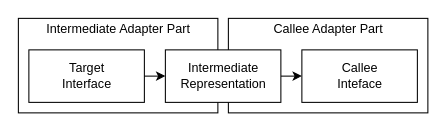
This is drawio/adapter_parts.drawio from timfel/papers, a draw.io file, before an edit. Source tidied: cells renumbered, new cells numbered last; positions are measured from the earlier drawing's top-left corner, leaving out a move shared by most shapes. Both pictures are drawn from the tidied source at 105%, with x=0, y=0 at pixel (18, 18).
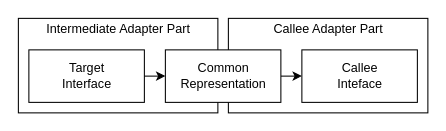
The same diagram, later.

Commit message (it also covers changes not shown here):
Edit adapter diagram (intermediate -> common)

The edit, as a diff of the source:
```diff
@@
 <mxGraphModel background="#ffffff">
   <root>
     <mxCell id="0" />
     <mxCell id="1" parent="0" />
     <mxCell id="2" style="rounded=0;whiteSpace=wrap;html=1;fillColor=none;" parent="1" vertex="1">
       <mxGeometry x="200" width="190" height="90" as="geometry" />
     </mxCell>
     <mxCell id="3" style="rounded=0;whiteSpace=wrap;html=1;fillColor=none;" parent="1" vertex="1">
       <mxGeometry width="190" height="90" as="geometry" />
     </mxCell>
     <mxCell id="4" value="&lt;font style=&quot;font-size: 12px&quot;&gt;Intermediate Adapter Part&lt;/font&gt;" style="text;html=1;align=center;verticalAlign=middle;" parent="1" vertex="1">
       <mxGeometry x="20" width="150" height="20" as="geometry" />
     </mxCell>
     <mxCell id="5" value="&lt;div&gt;Target&lt;/div&gt;&lt;div&gt;Interface&lt;br&gt;&lt;/div&gt;" style="html=1;" parent="1" vertex="1">
       <mxGeometry x="10" y="30" width="110" height="50" as="geometry" />
     </mxCell>
     <mxCell id="6" style="edgeStyle=orthogonalEdgeStyle;rounded=0;jettySize=auto;html=1;exitX=0;exitY=0.5;exitDx=0;exitDy=0;entryX=1;entryY=0.5;entryDx=0;entryDy=0;startArrow=classic;startFill=1;endArrow=none;endFill=0;" parent="1" edge="1" source="9" target="5">
       <mxGeometry relative="1" as="geometry" />
     </mxCell>
     <mxCell id="7" style="edgeStyle=orthogonalEdgeStyle;rounded=0;jettySize=auto;html=1;exitX=1;exitY=0.5;exitDx=0;exitDy=0;entryX=0;entryY=0.5;entryDx=0;entryDy=0;" parent="1" edge="1" source="9" target="8">
       <mxGeometry relative="1" as="geometry" />
     </mxCell>
     <mxCell id="8" value="&lt;div&gt;Callee&lt;/div&gt;&lt;div&gt;Inteface&lt;br&gt;&lt;/div&gt;" style="html=1;" parent="1" vertex="1">
       <mxGeometry x="270" y="30" width="110" height="50" as="geometry" />
     </mxCell>
-    <mxCell id="9" value="&lt;div&gt;Intermediate&lt;/div&gt;&lt;div&gt;Representation&lt;br&gt;&lt;/div&gt;" style="html=1;" parent="1" vertex="1">
+    <mxCell id="9" value="&lt;div&gt;Common&lt;br&gt;&lt;/div&gt;&lt;div&gt;Representation&lt;br&gt;&lt;/div&gt;" style="html=1;" parent="1" vertex="1">
       <mxGeometry x="140" y="30" width="110" height="50" as="geometry" />
     </mxCell>
     <mxCell id="10" value="Callee Adapter Part" style="text;html=1;align=center;verticalAlign=middle;" parent="1" vertex="1">
       <mxGeometry x="235" width="120" height="20" as="geometry" />
     </mxCell>
   </root>
 </mxGraphModel>
```
